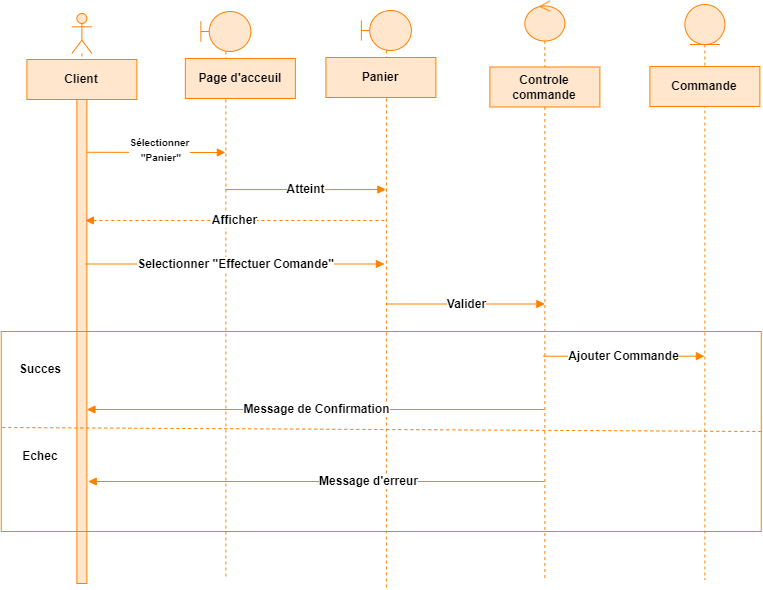
alizhassane/pfe keeps this draw.io diagram as images/Effectuer une commande d.png. Above is the earlier version. Source tidied: cells renumbered, new cells last; positions are measured from the earlier drawing's top-left corner, leaving out a move shared by most shapes.
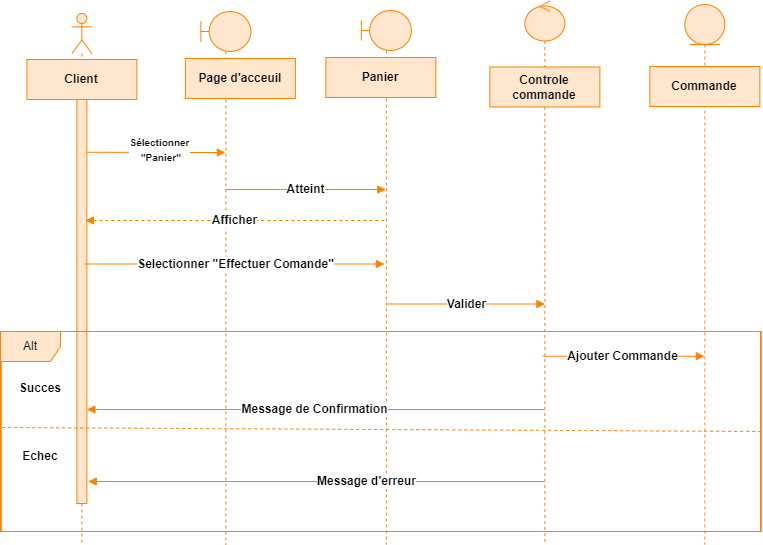
The same diagram one commit later.

Diff of the diagram source:
```diff
@@ -3,22 +3,22 @@
     <mxCell id="0" />
     <mxCell id="1" parent="0" />
     <mxCell id="2" style="shape=umlLifeline;perimeter=lifelinePerimeter;whiteSpace=wrap;html=1;newEdgeStyle={&quot;curved&quot;:0,&quot;rounded&quot;:0};participant=umlActor;strokeColor=#FF8000;align=center;verticalAlign=middle;fontFamily=Helvetica;fontSize=12;fontColor=default;fontStyle=1;fillColor=#FFE6CC;" parent="1" vertex="1">
-      <mxGeometry x="70.4" y="13" width="20" height="570" as="geometry" />
+      <mxGeometry x="70.4" y="13" width="20" height="531" as="geometry" />
     </mxCell>
     <mxCell id="3" style="html=1;perimeter=orthogonalPerimeter;targetShapes=umlLifeline;newEdgeStyle={&quot;curved&quot;:0,&quot;rounded&quot;:0};fillColor=#FFE6CC;strokeColor=#FF8000;align=center;verticalAlign=middle;fontFamily=Helvetica;fontSize=12;fontColor=default;fontStyle=1;" parent="2" vertex="1">
-      <mxGeometry x="5" y="70" width="10" height="500" as="geometry" />
+      <mxGeometry x="5" y="70" width="10" height="420" as="geometry" />
     </mxCell>
     <mxCell id="4" style="shape=umlLifeline;perimeter=lifelinePerimeter;whiteSpace=wrap;html=1;newEdgeStyle={&quot;curved&quot;:0,&quot;rounded&quot;:0};participant=umlBoundary;strokeColor=#FF8000;align=center;verticalAlign=middle;fontFamily=Helvetica;fontSize=12;fontColor=default;fontStyle=1;fillColor=#FFE6CC;" parent="1" vertex="1">
-      <mxGeometry x="359.9" y="10" width="50" height="579" as="geometry" />
+      <mxGeometry x="359.9" y="10" width="50" height="534" as="geometry" />
     </mxCell>
     <mxCell id="5" style="shape=umlLifeline;perimeter=lifelinePerimeter;whiteSpace=wrap;html=1;newEdgeStyle={&quot;curved&quot;:0,&quot;rounded&quot;:0};participant=umlBoundary;strokeColor=#FF8000;align=center;verticalAlign=middle;fontFamily=Helvetica;fontSize=12;fontColor=default;fontStyle=1;fillColor=#FFE6CC;" parent="1" vertex="1">
-      <mxGeometry x="199.4" y="11" width="50" height="568" as="geometry" />
+      <mxGeometry x="199.4" y="11" width="50" height="533" as="geometry" />
     </mxCell>
     <mxCell id="6" style="shape=umlLifeline;perimeter=lifelinePerimeter;whiteSpace=wrap;html=1;newEdgeStyle={&quot;curved&quot;:0,&quot;rounded&quot;:0};participant=umlEntity;strokeColor=#FF8000;align=center;verticalAlign=middle;fontFamily=Helvetica;fontSize=12;fontColor=default;fontStyle=1;fillColor=#FFE6CC;" parent="1" vertex="1">
-      <mxGeometry x="683.4" y="4" width="40" height="575" as="geometry" />
+      <mxGeometry x="683.4" y="4" width="40" height="540" as="geometry" />
     </mxCell>
     <mxCell id="7" style="shape=umlLifeline;perimeter=lifelinePerimeter;whiteSpace=wrap;html=1;outlineConnect=0;portConstraint=eastwest;newEdgeStyle={&quot;curved&quot;:0,&quot;rounded&quot;:0};participant=umlControl;strokeColor=#FF8000;align=center;verticalAlign=middle;fontFamily=Helvetica;fontSize=12;fontColor=default;fontStyle=1;fillColor=#FFE6CC;" parent="1" vertex="1">
-      <mxGeometry x="523.4" y="0.5" width="40" height="578.5" as="geometry" />
+      <mxGeometry x="523.4" y="0.5" width="40" height="543.5" as="geometry" />
     </mxCell>
     <mxCell id="8" value="Client" style="rounded=0;whiteSpace=wrap;html=1;fillColor=#FFE6CC;strokeColor=#FF8000;align=center;verticalAlign=middle;fontFamily=Helvetica;fontSize=12;fontColor=default;fontStyle=1;" parent="1" vertex="1">
       <mxGeometry x="25.4" y="59" width="110" height="40" as="geometry" />
@@ -77,7 +77,7 @@
       </mxGeometry>
     </mxCell>
     <mxCell id="20" value="&lt;b&gt;Succes&lt;/b&gt;" style="text;html=1;align=center;verticalAlign=middle;whiteSpace=wrap;rounded=0;fontFamily=Helvetica;fontSize=12;fontColor=default;fontStyle=1;" parent="18" vertex="1">
-      <mxGeometry x="9.2" y="23" width="60" height="30" as="geometry" />
+      <mxGeometry x="9.2" y="42" width="60" height="30" as="geometry" />
     </mxCell>
     <mxCell id="21" value="Echec" style="text;html=1;align=center;verticalAlign=middle;whiteSpace=wrap;rounded=0;fontFamily=Helvetica;fontSize=12;fontColor=default;fontStyle=1;" parent="18" vertex="1">
       <mxGeometry x="9.2" y="110" width="60" height="30" as="geometry" />
@@ -93,8 +93,11 @@
         <mxPoint x="85.6" y="78" as="targetPoint" />
       </mxGeometry>
     </mxCell>
-    <mxCell id="24" style="html=1;verticalAlign=middle;endArrow=none;curved=0;rounded=0;dashed=1;exitX=1;exitY=0.5;exitDx=0;exitDy=0;endFill=0;entryX=-0.001;entryY=0.48;entryDx=0;entryDy=0;entryPerimeter=0;strokeColor=#FF8000;align=center;fontFamily=Helvetica;fontSize=12;fontColor=default;fontStyle=1;fillColor=#FFE6CC;" parent="1" edge="1" source="18" target="18">
-      <mxGeometry relative="1" as="geometry" />
+    <mxCell id="24" value="Alt" style="shape=umlFrame;whiteSpace=wrap;html=1;fillColor=#FFE6CC;strokeColor=#FF8000;strokeWidth=1;align=center;verticalAlign=middle;fontFamily=Helvetica;fontSize=12;fontColor=default;" parent="18" vertex="1">
+      <mxGeometry x="-0.8" width="760" height="200" as="geometry" />
     </mxCell>
+    <mxCell id="25" style="html=1;verticalAlign=middle;endArrow=none;curved=0;rounded=0;dashed=1;exitX=1;exitY=0.5;exitDx=0;exitDy=0;endFill=0;entryX=-0.001;entryY=0.48;entryDx=0;entryDy=0;entryPerimeter=0;strokeColor=#FF8000;align=center;fontFamily=Helvetica;fontSize=12;fontColor=default;fontStyle=1;fillColor=#FFE6CC;" parent="1" edge="1" source="18" target="18">
+      <mxGeometry relative="1" as="geometry" />
+    </mxCell>
   </root>
 </mxGraphModel>
```
